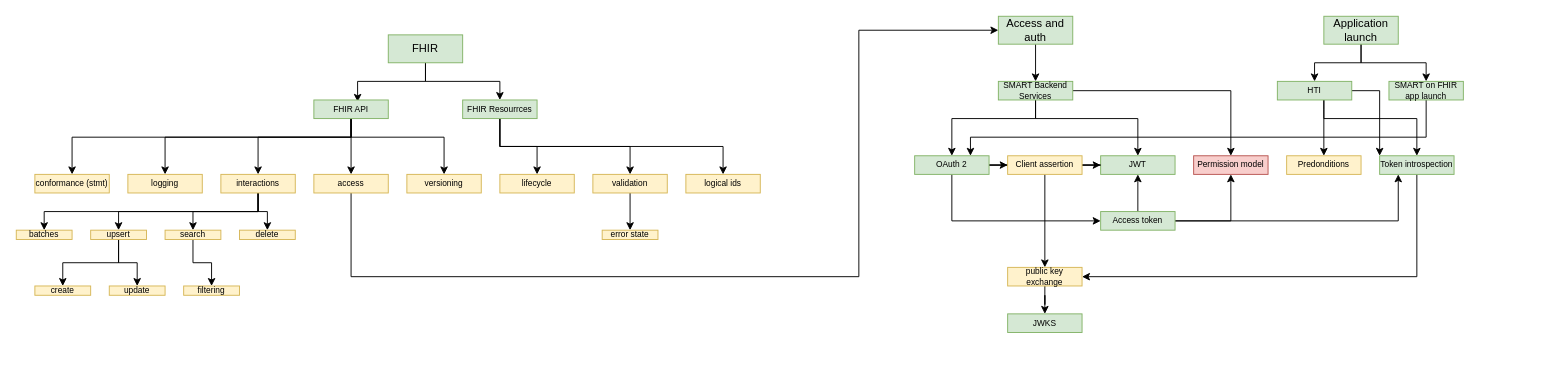
The draw.io diagram topics/KT2.0 Documentation Topics.drawio in Koppeltaal/Koppeltaal-2.0-Specificaties-en-Architectuur, before the edit. Source tidied: cells renumbered, new cells numbered last; positions are measured from the earlier drawing's top-left corner, leaving out a move shared by most shapes. Both pictures are drawn from the tidied source at 93%, with x=0, y=0 at pixel (16, 16).
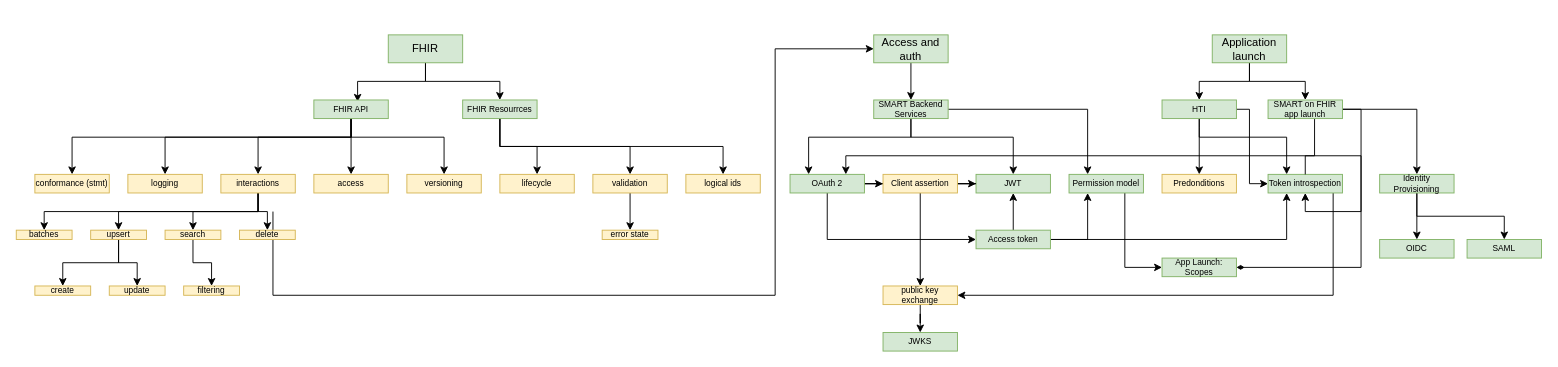
After the change.

The change refers to these unchanged cells:
```xml
<mxCell id="23" value="&lt;div style=&quot;text-align: start;&quot;&gt;access&lt;/div&gt;" style="rounded=0;whiteSpace=wrap;html=1;fontSize=9;fillColor=#fff2cc;strokeColor=#d6b656;" parent="1" vertex="1">
  <mxGeometry x="320" y="170" width="80" height="20" as="geometry" />
</mxCell>
```

Diff of the diagram source:
```diff
@@
-    <mxCell id="22" style="edgeStyle=orthogonalEdgeStyle;rounded=0;jettySize=auto;html=1;entryX=0;entryY=0.5;entryDx=0;entryDy=0;fontSize=9;" parent="1" edge="1" source="23" target="41">
+    <mxCell id="22" style="edgeStyle=orthogonalEdgeStyle;rounded=0;jettySize=auto;html=1;entryX=0;entryY=0.5;entryDx=0;entryDy=0;fontSize=9;" parent="1" edge="1" target="41">
       <mxGeometry relative="1" as="geometry">
+        <mxPoint x="276" y="210" as="sourcePoint" />
         <Array as="points">
-          <mxPoint x="360" y="280" />
-          <mxPoint x="906" y="280" />
-          <mxPoint x="906" y="15" />
+          <mxPoint x="276" y="300" />
+          <mxPoint x="816" y="300" />
+          <mxPoint x="816" y="35" />
         </Array>
       </mxGeometry>
     </mxCell>
@@
     <mxCell id="41" value="Access and auth" style="rounded=0;whiteSpace=wrap;html=1;fillColor=#d5e8d4;strokeColor=#82b366;" parent="1" vertex="1">
-      <mxGeometry x="1056" width="80" height="30" as="geometry" />
+      <mxGeometry x="922" y="20" width="80" height="30" as="geometry" />
     </mxCell>
-    <mxCell id="42" style="edgeStyle=orthogonalEdgeStyle;rounded=0;jettySize=auto;html=1;entryX=0.5;entryY=0;entryDx=0;entryDy=0;fontSize=9;" parent="1" edge="1" source="45" target="48">
+    <mxCell id="42" style="edgeStyle=orthogonalEdgeStyle;rounded=0;jettySize=auto;html=1;entryX=0.25;entryY=0;entryDx=0;entryDy=0;fontSize=9;" parent="1" edge="1" source="45" target="48">
       <mxGeometry relative="1" as="geometry">
         <Array as="points">
-          <mxPoint x="1096" y="110" />
-          <mxPoint x="1006" y="110" />
+          <mxPoint x="962" y="130" />
+          <mxPoint x="852" y="130" />
         </Array>
       </mxGeometry>
     </mxCell>
     <mxCell id="43" style="edgeStyle=orthogonalEdgeStyle;rounded=0;jettySize=auto;html=1;entryX=0.5;entryY=0;entryDx=0;entryDy=0;fontSize=9;" parent="1" edge="1" source="45" target="49">
       <mxGeometry relative="1" as="geometry">
         <Array as="points">
-          <mxPoint x="1096" y="110" />
-          <mxPoint x="1206" y="110" />
+          <mxPoint x="962" y="130" />
+          <mxPoint x="1072" y="130" />
         </Array>
       </mxGeometry>
     </mxCell>
-    <mxCell id="44" style="edgeStyle=orthogonalEdgeStyle;rounded=0;jettySize=auto;html=1;entryX=0.5;entryY=0;entryDx=0;entryDy=0;fontSize=9;" parent="1" edge="1" source="45" target="53">
+    <mxCell id="44" style="edgeStyle=orthogonalEdgeStyle;rounded=0;jettySize=auto;html=1;entryX=0.25;entryY=0;entryDx=0;entryDy=0;fontSize=9;" parent="1" edge="1" source="45" target="53">
       <mxGeometry relative="1" as="geometry" />
     </mxCell>
     <mxCell id="45" value="&lt;font style=&quot;font-size: 9px;&quot;&gt;SMART Backend Services&lt;/font&gt;" style="rounded=0;whiteSpace=wrap;html=1;fillColor=#d5e8d4;strokeColor=#82b366;fontSize=9;" parent="1" vertex="1">
-      <mxGeometry x="1056" y="70" width="80" height="20" as="geometry" />
+      <mxGeometry x="922" y="90" width="80" height="20" as="geometry" />
     </mxCell>
@@
     <mxCell id="47" style="edgeStyle=orthogonalEdgeStyle;rounded=0;jettySize=auto;html=1;entryX=0;entryY=0.5;entryDx=0;entryDy=0;fontSize=9;" parent="1" edge="1" source="48" target="57">
       <mxGeometry relative="1" as="geometry">
         <Array as="points">
-          <mxPoint x="1006" y="220" />
+          <mxPoint x="872" y="240" />
         </Array>
       </mxGeometry>
     </mxCell>
     <mxCell id="48" value="&lt;font style=&quot;font-size: 9px;&quot;&gt;OAuth 2&lt;/font&gt;" style="rounded=0;whiteSpace=wrap;html=1;fillColor=#d5e8d4;strokeColor=#82b366;fontSize=9;" parent="1" vertex="1">
-      <mxGeometry x="966" y="150" width="80" height="20" as="geometry" />
+      <mxGeometry x="832" y="170" width="80" height="20" as="geometry" />
     </mxCell>
     <mxCell id="49" value="&lt;font style=&quot;font-size: 9px;&quot;&gt;JWT&lt;/font&gt;" style="rounded=0;whiteSpace=wrap;html=1;fillColor=#d5e8d4;strokeColor=#82b366;fontSize=9;" parent="1" vertex="1">
-      <mxGeometry x="1166" y="150" width="80" height="20" as="geometry" />
+      <mxGeometry x="1032" y="170" width="80" height="20" as="geometry" />
     </mxCell>
@@
     <mxCell id="52" value="&lt;font style=&quot;font-size: 9px;&quot;&gt;Client assertion&lt;/font&gt;" style="rounded=0;whiteSpace=wrap;html=1;fillColor=#fff2cc;strokeColor=#d6b656;fontSize=9;" parent="1" vertex="1">
-      <mxGeometry x="1066" y="150" width="80" height="20" as="geometry" />
+      <mxGeometry x="932" y="170" width="80" height="20" as="geometry" />
     </mxCell>
+    <mxCell id="73" style="edgeStyle=orthogonalEdgeStyle;rounded=0;jettySize=auto;html=1;exitX=0.75;exitY=1;exitDx=0;exitDy=0;entryX=0;entryY=0.5;entryDx=0;entryDy=0;" parent="1" edge="1" source="53" target="76">
+      <mxGeometry relative="1" as="geometry" />
+    </mxCell>
-    <mxCell id="53" value="&lt;font style=&quot;font-size: 9px;&quot;&gt;Permission model&lt;/font&gt;" style="rounded=0;whiteSpace=wrap;html=1;fillColor=#f8cecc;strokeColor=#b85450;fontSize=9;" parent="1" vertex="1">
-      <mxGeometry x="1266" y="150" width="80" height="20" as="geometry" />
+    <mxCell id="53" value="&lt;font style=&quot;font-size: 9px;&quot;&gt;Permission model&lt;/font&gt;" style="rounded=0;whiteSpace=wrap;html=1;fillColor=#d5e8d4;strokeColor=#82b366;fontSize=9;" parent="1" vertex="1">
+      <mxGeometry x="1132" y="170" width="80" height="20" as="geometry" />
     </mxCell>
-    <mxCell id="54" style="edgeStyle=orthogonalEdgeStyle;rounded=0;jettySize=auto;html=1;entryX=0.5;entryY=1;entryDx=0;entryDy=0;fontSize=9;" parent="1" edge="1" source="57" target="53">
+    <mxCell id="54" style="edgeStyle=orthogonalEdgeStyle;rounded=0;jettySize=auto;html=1;entryX=0.25;entryY=1;entryDx=0;entryDy=0;fontSize=9;" parent="1" edge="1" source="57" target="53">
       <mxGeometry relative="1" as="geometry" />
     </mxCell>
@@
     <mxCell id="57" value="&lt;div style=&quot;text-align: start;&quot;&gt;Access token&lt;/div&gt;" style="rounded=0;whiteSpace=wrap;html=1;fontSize=9;fillColor=#d5e8d4;strokeColor=#82b366;" parent="1" vertex="1">
-      <mxGeometry x="1166" y="210" width="80" height="20" as="geometry" />
+      <mxGeometry x="1032" y="230" width="80" height="20" as="geometry" />
     </mxCell>
@@
     <mxCell id="59" value="&lt;div style=&quot;&quot;&gt;public key exchange&lt;/div&gt;" style="rounded=0;whiteSpace=wrap;html=1;fontSize=9;fillColor=#fff2cc;strokeColor=#d6b656;align=center;" parent="1" vertex="1">
-      <mxGeometry x="1066" y="270" width="80" height="20" as="geometry" />
+      <mxGeometry x="932" y="290" width="80" height="20" as="geometry" />
     </mxCell>
     <mxCell id="60" value="&lt;font style=&quot;font-size: 9px;&quot;&gt;JWKS&lt;/font&gt;" style="rounded=0;whiteSpace=wrap;html=1;fillColor=#d5e8d4;strokeColor=#82b366;fontSize=9;" parent="1" vertex="1">
-      <mxGeometry x="1066" y="320" width="80" height="20" as="geometry" />
+      <mxGeometry x="932" y="340" width="80" height="20" as="geometry" />
     </mxCell>
     <mxCell id="61" value="&lt;font style=&quot;font-size: 9px;&quot;&gt;Predonditions&lt;/font&gt;" style="rounded=0;whiteSpace=wrap;html=1;fillColor=#fff2cc;strokeColor=#d6b656;fontSize=9;" parent="1" vertex="1">
-      <mxGeometry x="1366" y="150" width="80" height="20" as="geometry" />
+      <mxGeometry x="1232" y="170" width="80" height="20" as="geometry" />
     </mxCell>
     <mxCell id="62" style="edgeStyle=orthogonalEdgeStyle;rounded=0;jettySize=auto;html=1;entryX=1;entryY=0.5;entryDx=0;entryDy=0;fontSize=9;" parent="1" edge="1" source="63" target="59">
       <mxGeometry relative="1" as="geometry">
         <Array as="points">
-          <mxPoint x="1506" y="280" />
+          <mxPoint x="1416" y="300" />
         </Array>
       </mxGeometry>
     </mxCell>
     <mxCell id="63" value="&lt;font style=&quot;font-size: 9px;&quot;&gt;Token introspection&lt;br&gt;&lt;/font&gt;" style="rounded=0;whiteSpace=wrap;html=1;fillColor=#d5e8d4;strokeColor=#82b366;fontSize=9;" parent="1" vertex="1">
-      <mxGeometry x="1466" y="150" width="80" height="20" as="geometry" />
+      <mxGeometry x="1346" y="170" width="80" height="20" as="geometry" />
     </mxCell>
     <mxCell id="64" style="edgeStyle=orthogonalEdgeStyle;rounded=0;jettySize=auto;html=1;fontSize=9;" parent="1" edge="1" source="67" target="61">
       <mxGeometry relative="1" as="geometry">
         <Array as="points">
-          <mxPoint x="1406" y="100" />
-          <mxPoint x="1406" y="100" />
+          <mxPoint x="1272" y="120" />
+          <mxPoint x="1272" y="120" />
         </Array>
       </mxGeometry>
     </mxCell>
-    <mxCell id="65" style="edgeStyle=orthogonalEdgeStyle;rounded=0;jettySize=auto;html=1;entryX=0.5;entryY=0;entryDx=0;entryDy=0;fontSize=9;" parent="1" edge="1" source="67" target="63">
+    <mxCell id="65" style="edgeStyle=orthogonalEdgeStyle;rounded=0;jettySize=auto;html=1;entryX=0.25;entryY=0;entryDx=0;entryDy=0;fontSize=9;" parent="1" edge="1" source="67" target="63">
       <mxGeometry relative="1" as="geometry">
         <Array as="points">
-          <mxPoint x="1406" y="110" />
-          <mxPoint x="1506" y="110" />
+          <mxPoint x="1272" y="130" />
+          <mxPoint x="1366" y="130" />
         </Array>
       </mxGeometry>
     </mxCell>
-    <mxCell id="66" style="edgeStyle=orthogonalEdgeStyle;rounded=0;jettySize=auto;html=1;entryX=0;entryY=0;entryDx=0;entryDy=0;" parent="1" edge="1" source="67" target="63">
-      <mxGeometry relative="1" as="geometry" />
+    <mxCell id="66" style="edgeStyle=orthogonalEdgeStyle;rounded=0;jettySize=auto;html=1;entryX=0;entryY=0.5;entryDx=0;entryDy=0;" parent="1" edge="1" source="67" target="63">
+      <mxGeometry relative="1" as="geometry">
+        <Array as="points">
+          <mxPoint x="1326" y="100" />
+          <mxPoint x="1326" y="180" />
+        </Array>
+      </mxGeometry>
     </mxCell>
     <mxCell id="67" value="&lt;font style=&quot;font-size: 9px;&quot;&gt;HTI&lt;/font&gt;" style="rounded=0;whiteSpace=wrap;html=1;fillColor=#d5e8d4;strokeColor=#82b366;fontSize=9;" parent="1" vertex="1">
-      <mxGeometry x="1356" y="70" width="80" height="20" as="geometry" />
+      <mxGeometry x="1232" y="90" width="80" height="20" as="geometry" />
     </mxCell>
@@
     <mxCell id="70" value="Application launc&lt;span style=&quot;white-space: pre;&quot;&gt;h&lt;/span&gt;" style="rounded=0;whiteSpace=wrap;html=1;fillColor=#d5e8d4;strokeColor=#82b366;" parent="1" vertex="1">
-      <mxGeometry x="1406" width="80" height="30" as="geometry" />
+      <mxGeometry x="1286" y="20" width="80" height="30" as="geometry" />
     </mxCell>
     <mxCell id="71" style="edgeStyle=orthogonalEdgeStyle;rounded=0;jettySize=auto;html=1;entryX=0.75;entryY=0;entryDx=0;entryDy=0;" parent="1" edge="1" source="72" target="48">
       <mxGeometry relative="1" as="geometry">
         <Array as="points">
-          <mxPoint x="1516" y="130" />
-          <mxPoint x="1026" y="130" />
+          <mxPoint x="1396" y="150" />
+          <mxPoint x="892" y="150" />
         </Array>
       </mxGeometry>
     </mxCell>
+    <mxCell id="74" style="edgeStyle=orthogonalEdgeStyle;rounded=0;jettySize=auto;html=1;entryX=1;entryY=0.5;entryDx=0;entryDy=0;endArrow=diamondThin;endFill=1;" parent="1" edge="1" source="72" target="76">
+      <mxGeometry relative="1" as="geometry">
+        <Array as="points">
+          <mxPoint x="1446" y="100" />
+          <mxPoint x="1446" y="270" />
+        </Array>
+      </mxGeometry>
+    </mxCell>
+    <mxCell id="75" style="edgeStyle=orthogonalEdgeStyle;rounded=0;jettySize=auto;html=1;exitX=1;exitY=0.5;exitDx=0;exitDy=0;endArrow=classic;endFill=1;" parent="1" edge="1" source="72" target="79">
+      <mxGeometry relative="1" as="geometry" />
+    </mxCell>
     <mxCell id="72" value="&lt;font style=&quot;font-size: 9px;&quot;&gt;SMART on FHIR app launch&lt;/font&gt;" style="rounded=0;whiteSpace=wrap;html=1;fillColor=#d5e8d4;strokeColor=#82b366;fontSize=9;" parent="1" vertex="1">
-      <mxGeometry x="1476" y="70" width="80" height="20" as="geometry" />
+      <mxGeometry x="1346" y="90" width="80" height="20" as="geometry" />
     </mxCell>
+    <mxCell id="76" value="&lt;div style=&quot;&quot;&gt;App Launch: Scopes&lt;/div&gt;" style="rounded=0;whiteSpace=wrap;html=1;fontSize=9;fillColor=#d5e8d4;strokeColor=#82b366;align=center;" parent="1" vertex="1">
+      <mxGeometry x="1232" y="260" width="80" height="20" as="geometry" />
+    </mxCell>
+    <mxCell id="77" style="edgeStyle=orthogonalEdgeStyle;rounded=0;jettySize=auto;html=1;exitX=0.5;exitY=1;exitDx=0;exitDy=0;entryX=0.5;entryY=0;entryDx=0;entryDy=0;endArrow=classic;endFill=1;" parent="1" edge="1" source="79" target="80">
+      <mxGeometry relative="1" as="geometry" />
+    </mxCell>
+    <mxCell id="78" style="edgeStyle=orthogonalEdgeStyle;rounded=0;jettySize=auto;html=1;exitX=0.5;exitY=1;exitDx=0;exitDy=0;entryX=0.5;entryY=0;entryDx=0;entryDy=0;endArrow=classic;endFill=1;" parent="1" edge="1" source="79" target="81">
+      <mxGeometry relative="1" as="geometry" />
+    </mxCell>
+    <mxCell id="79" value="&lt;font style=&quot;font-size: 9px;&quot;&gt;Identity Provisioning&lt;br&gt;&lt;/font&gt;" style="rounded=0;whiteSpace=wrap;html=1;fillColor=#d5e8d4;strokeColor=#82b366;fontSize=9;" parent="1" vertex="1">
+      <mxGeometry x="1466" y="170" width="80" height="20" as="geometry" />
+    </mxCell>
+    <mxCell id="80" value="&lt;div style=&quot;&quot;&gt;OIDC&lt;/div&gt;" style="rounded=0;whiteSpace=wrap;html=1;fontSize=9;fillColor=#d5e8d4;strokeColor=#82b366;align=center;" parent="1" vertex="1">
+      <mxGeometry x="1466" y="240" width="80" height="20" as="geometry" />
+    </mxCell>
+    <mxCell id="81" value="&lt;div style=&quot;&quot;&gt;SAML&lt;/div&gt;" style="rounded=0;whiteSpace=wrap;html=1;fontSize=9;fillColor=#d5e8d4;strokeColor=#82b366;align=center;" parent="1" vertex="1">
+      <mxGeometry x="1560" y="240" width="80" height="20" as="geometry" />
+    </mxCell>
+    <mxCell id="82" style="edgeStyle=orthogonalEdgeStyle;rounded=0;orthogonalLoop=1;jettySize=auto;html=1;exitX=0.5;exitY=0;exitDx=0;exitDy=0;endArrow=classic;endFill=1;" parent="1" edge="1" source="63" target="63">
+      <mxGeometry relative="1" as="geometry" />
+    </mxCell>
```
